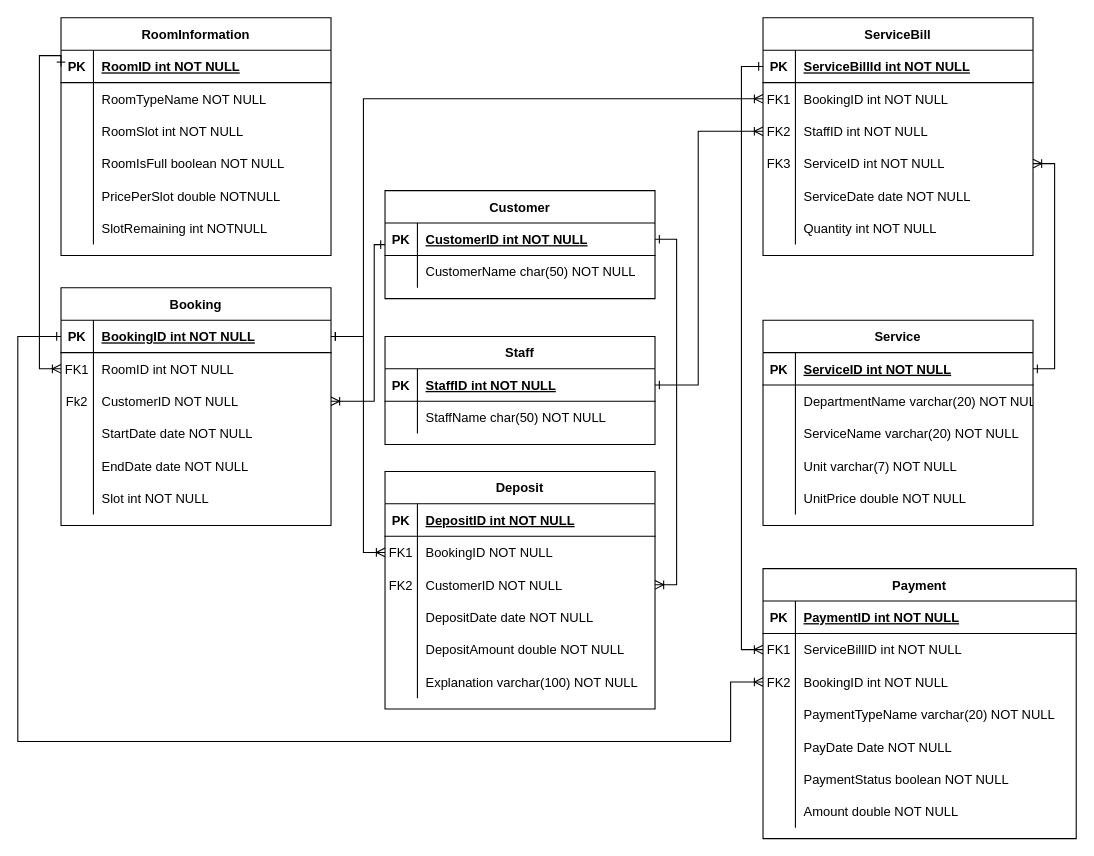
The draw.io diagram Diagram/Entity Relationship Diagram.drawio in jonathanha52/SE104.L23.PMCL, before the edit. Source tidied: cells renumbered, new cells numbered last; positions are measured from the earlier drawing's top-left corner, leaving out a move shared by most shapes. Both pictures are drawn from the tidied source at 108%, with x=0, y=0 at pixel (17, 17).
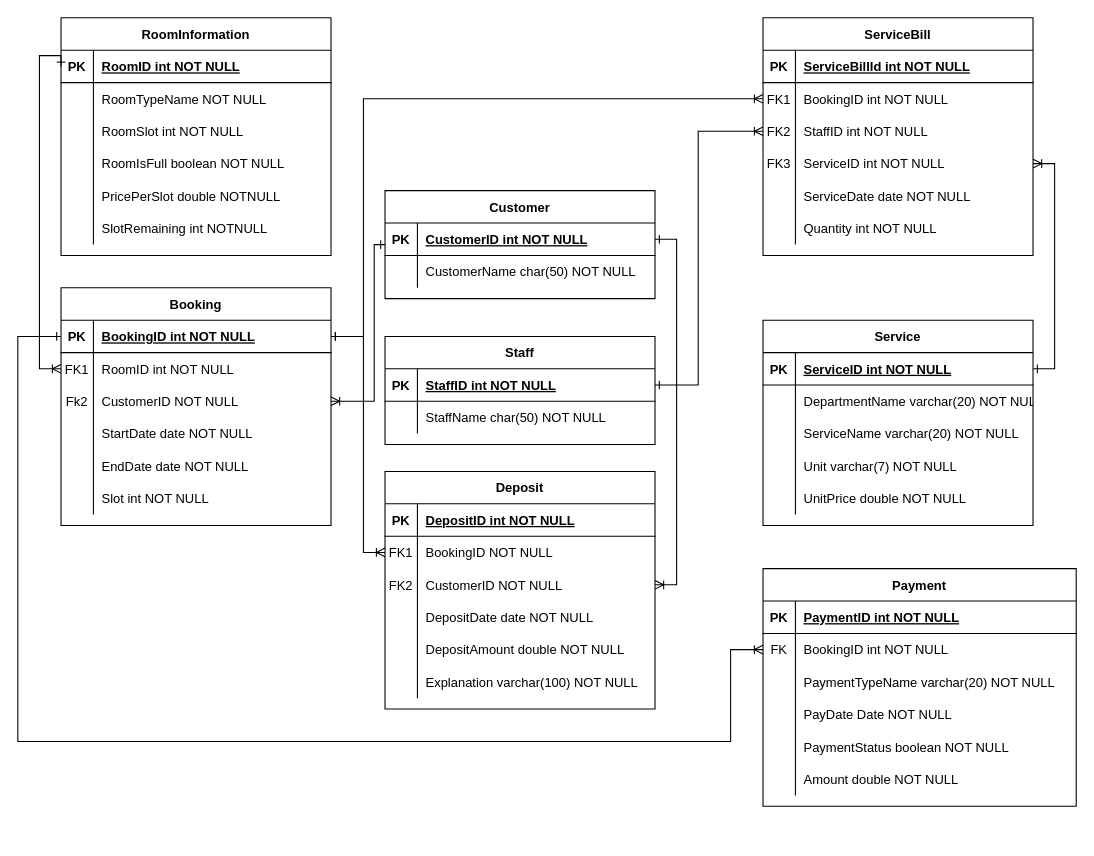
Above is the later version.

Unchanged cells that the change refers to:
```xml
<mxCell id="4" style="shape=partialRectangle;fillColor=none;points=[[0,0.5],[1,0.5]];portConstraint=eastwest;top=0;left=0;right=0;bottom=1;" parent="3" vertex="1">
  <mxGeometry y="30" width="250" height="30" as="geometry" />
</mxCell>
<mxCell id="117" style="shape=partialRectangle;fillColor=none;points=[[0,0.5],[1,0.5]];portConstraint=eastwest;top=0;left=0;right=0;bottom=1;" parent="116" vertex="1">
  <mxGeometry y="30" width="250" height="30" as="geometry" />
</mxCell>
```

The edit, as a diff of the source:
```diff
@@
     <mxCell id="91" value="Payment" style="shape=table;startSize=30;childLayout=tableLayout;rowLines=0;fontStyle=1;align=center;" parent="1" vertex="1">
-      <mxGeometry x="690" y="510" width="290" height="250" as="geometry" />
+      <mxGeometry x="690" y="510" width="290" height="220" as="geometry" />
     </mxCell>
@@
-    <mxCell id="95" style="shape=partialRectangle;fillColor=none;points=[[0,0.5],[1,0.5]];portConstraint=eastwest;top=0;left=0;right=0;bottom=0;" parent="91" vertex="1">
-      <mxGeometry y="60" width="290" height="30" as="geometry" />
-    </mxCell>
-    <mxCell id="96" value="FK1" style="shape=partialRectangle;overflow=hidden;fillColor=none;top=0;left=0;bottom=0;right=0;" parent="95" vertex="1">
-      <mxGeometry width="30" height="30" as="geometry" />
-    </mxCell>
-    <mxCell id="97" value="ServiceBillID int NOT NULL" style="shape=partialRectangle;overflow=hidden;fillColor=none;top=0;left=0;bottom=0;right=0;align=left;spacingLeft=6;" parent="95" vertex="1">
-      <mxGeometry x="30" width="260" height="30" as="geometry" />
-    </mxCell>
     <mxCell id="98" style="shape=partialRectangle;fillColor=none;points=[[0,0.5],[1,0.5]];portConstraint=eastwest;top=0;left=0;right=0;bottom=0;" parent="91" vertex="1">
-      <mxGeometry y="90" width="290" height="30" as="geometry" />
+      <mxGeometry y="60" width="290" height="30" as="geometry" />
     </mxCell>
-    <mxCell id="99" value="FK2" style="shape=partialRectangle;overflow=hidden;fillColor=none;top=0;left=0;bottom=0;right=0;" parent="98" vertex="1">
+    <mxCell id="99" value="FK" style="shape=partialRectangle;overflow=hidden;fillColor=none;top=0;left=0;bottom=0;right=0;" parent="98" vertex="1">
       <mxGeometry width="30" height="30" as="geometry" />
     </mxCell>
@@
     <mxCell id="101" style="shape=partialRectangle;fillColor=none;top=0;left=0;right=0;bottom=0;" parent="91" vertex="1">
-      <mxGeometry y="120" width="290" height="30" as="geometry" />
+      <mxGeometry y="90" width="290" height="30" as="geometry" />
     </mxCell>
@@
     <mxCell id="104" style="shape=partialRectangle;fillColor=none;top=0;left=0;right=0;bottom=0;" parent="91" vertex="1">
-      <mxGeometry y="150" width="290" height="30" as="geometry" />
+      <mxGeometry y="120" width="290" height="30" as="geometry" />
     </mxCell>
@@
     <mxCell id="107" style="shape=partialRectangle;fillColor=none;top=0;left=0;right=0;bottom=0;" parent="91" vertex="1">
-      <mxGeometry y="180" width="290" height="30" as="geometry" />
+      <mxGeometry y="150" width="290" height="30" as="geometry" />
     </mxCell>
@@
     <mxCell id="110" style="shape=partialRectangle;fillColor=none;top=0;left=0;right=0;bottom=0;" parent="91" vertex="1">
-      <mxGeometry y="210" width="290" height="30" as="geometry" />
+      <mxGeometry y="180" width="290" height="30" as="geometry" />
     </mxCell>
@@
-    <mxCell id="114" style="edgeStyle=orthogonalEdgeStyle;rounded=0;jettySize=auto;html=1;startArrow=ERone;startFill=0;endArrow=ERoneToMany;endFill=0;exitX=0;exitY=0.5;exitDx=0;exitDy=0;" parent="1" edge="1" source="4" target="95">
-      <mxGeometry relative="1" as="geometry">
-        <Array as="points">
-          <mxPoint x="670" y="45" />
-          <mxPoint x="670" y="585" />
-        </Array>
-      </mxGeometry>
-    </mxCell>
@@
-    <mxCell id="136" style="edgeStyle=orthogonalEdgeStyle;rounded=0;jettySize=auto;html=1;startArrow=ERoneToMany;startFill=0;endArrow=ERone;endFill=0;entryX=0;entryY=0.5;entryDx=0;entryDy=0;" parent="1" edge="1" source="98" target="117">
+    <mxCell id="136" style="edgeStyle=orthogonalEdgeStyle;rounded=0;jettySize=auto;html=1;startArrow=ERoneToMany;startFill=0;endArrow=ERone;endFill=0;entryX=0;entryY=0.5;entryDx=0;entryDy=0;exitX=0;exitY=0.5;exitDx=0;exitDy=0;" parent="1" edge="1" source="98" target="117">
       <mxGeometry relative="1" as="geometry">
         <Array as="points">
-          <mxPoint x="660" y="615" />
+          <mxPoint x="660" y="585" />
           <mxPoint x="660" y="670" />
           <mxPoint y="670" />
           <mxPoint y="295" />
         </Array>
       </mxGeometry>
     </mxCell>
```
